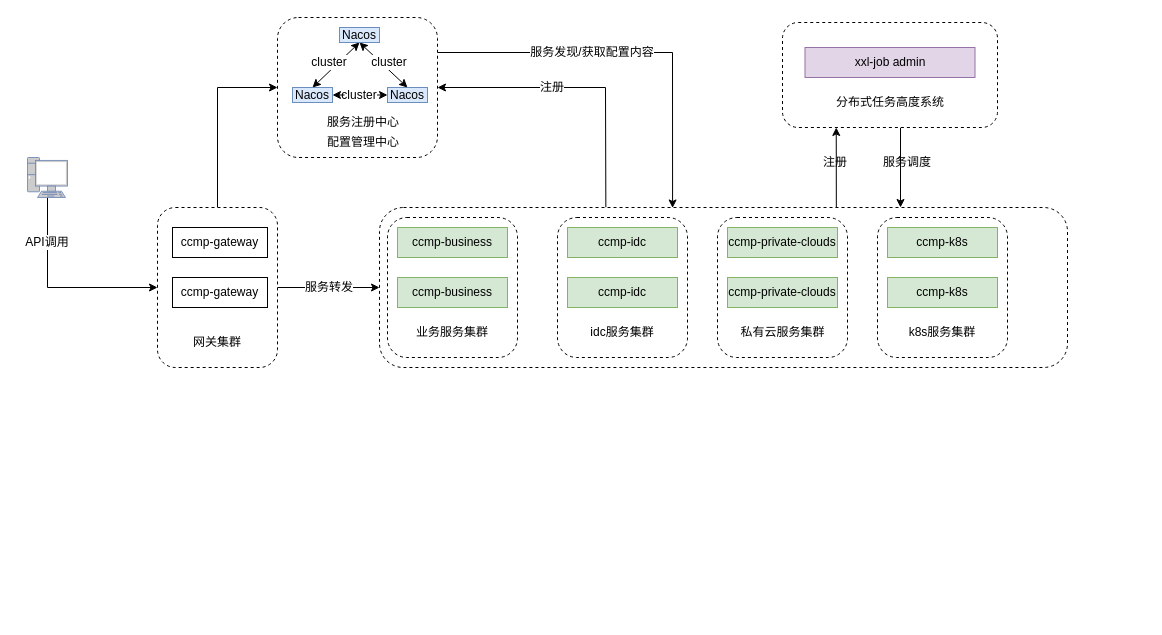
Earlier version of the draw.io diagram ccmp.drawio (scrollsyou/doc). Source tidied: cells renumbered, new cells numbered last; positions are measured from the earlier drawing's top-left corner, leaving out a move shared by most shapes. Both pictures are drawn from the tidied source at 100%, with x=0, y=0 at pixel (17, 17).
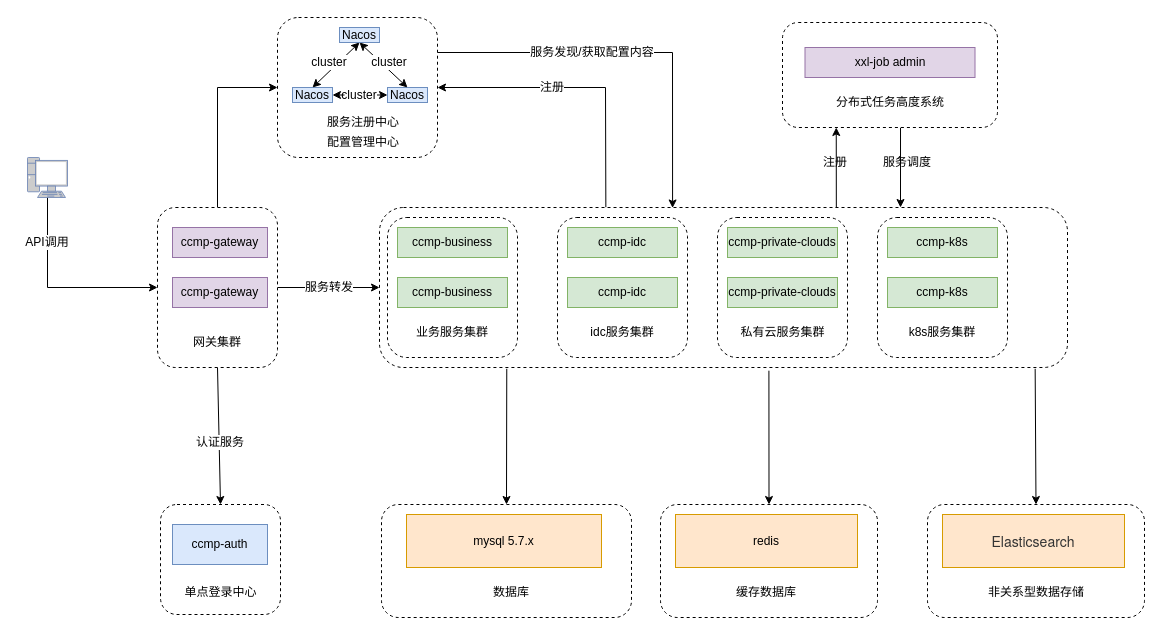
Above is the later version.

Unchanged cells that the change refers to:
```xml
<mxCell id="4" style="rounded=1;whiteSpace=wrap;html=1;labelBackgroundColor=default;dashed=1;" parent="1" vertex="1">
  <mxGeometry x="362" y="190" width="688" height="160" as="geometry" />
</mxCell>
<mxCell id="22" style="rounded=1;whiteSpace=wrap;html=1;labelBackgroundColor=default;dashed=1;" parent="1" vertex="1">
  <mxGeometry x="140" y="190" width="120" height="160" as="geometry" />
</mxCell>
```

Diff of the diagram source:
```diff
@@
+    <mxCell id="53" style="edgeStyle=none;rounded=0;jettySize=auto;html=1;exitX=0.5;exitY=1;exitDx=0;exitDy=0;entryX=0.5;entryY=0;entryDx=0;entryDy=0;startArrow=none;startFill=0;endArrow=classic;endFill=1;strokeColor=default;" parent="1" edge="1" source="22" target="54">
+      <mxGeometry relative="1" as="geometry" />
+    </mxCell>
@@
-    <mxCell id="23" value="ccmp-gateway" style="rounded=0;whiteSpace=wrap;html=1;labelBackgroundColor=default;" parent="1" vertex="1">
+    <mxCell id="23" value="ccmp-gateway" style="rounded=0;whiteSpace=wrap;html=1;labelBackgroundColor=none;fillColor=#e1d5e7;strokeColor=#9673a6;" parent="1" vertex="1">
       <mxGeometry x="155" y="210" width="95" height="30" as="geometry" />
     </mxCell>
-    <mxCell id="24" value="ccmp-gateway" style="rounded=0;whiteSpace=wrap;html=1;labelBackgroundColor=default;" parent="1" vertex="1">
+    <mxCell id="24" value="ccmp-gateway" style="rounded=0;whiteSpace=wrap;html=1;labelBackgroundColor=none;fillColor=#e1d5e7;strokeColor=#9673a6;" parent="1" vertex="1">
       <mxGeometry x="155" y="260" width="95" height="30" as="geometry" />
     </mxCell>
@@
+    <mxCell id="54" style="rounded=1;whiteSpace=wrap;html=1;labelBackgroundColor=none;dashed=1;" parent="1" vertex="1">
+      <mxGeometry x="143" y="487" width="120" height="110" as="geometry" />
+    </mxCell>
+    <mxCell id="55" value="ccmp-auth" style="rounded=0;whiteSpace=wrap;html=1;labelBackgroundColor=none;fillColor=#dae8fc;strokeColor=#6c8ebf;" parent="1" vertex="1">
+      <mxGeometry x="155" y="507" width="95" height="40" as="geometry" />
+    </mxCell>
+    <mxCell id="56" value="单点登录中心" style="text;html=1;strokeColor=none;fillColor=none;align=center;verticalAlign=middle;whiteSpace=wrap;rounded=0;labelBackgroundColor=none;" parent="1" vertex="1">
+      <mxGeometry x="164.5" y="560" width="77" height="30" as="geometry" />
+    </mxCell>
+    <mxCell id="57" value="认证服务" style="text;html=1;strokeColor=none;fillColor=none;align=center;verticalAlign=middle;whiteSpace=wrap;rounded=0;labelBackgroundColor=default;" parent="1" vertex="1">
+      <mxGeometry x="173" y="410" width="60" height="30" as="geometry" />
+    </mxCell>
+    <mxCell id="58" style="edgeStyle=none;rounded=0;jettySize=auto;html=1;exitX=0.5;exitY=0;exitDx=0;exitDy=0;entryX=0.185;entryY=1.008;entryDx=0;entryDy=0;entryPerimeter=0;startArrow=classic;startFill=1;endArrow=none;endFill=0;strokeColor=default;" parent="1" edge="1" source="59" target="4">
+      <mxGeometry relative="1" as="geometry" />
+    </mxCell>
+    <mxCell id="59" style="rounded=1;whiteSpace=wrap;html=1;labelBackgroundColor=default;dashed=1;" parent="1" vertex="1">
+      <mxGeometry x="364" y="487" width="250" height="113" as="geometry" />
+    </mxCell>
+    <mxCell id="60" value="mysql 5.7.x" style="rounded=0;whiteSpace=wrap;html=1;labelBackgroundColor=none;fillColor=#ffe6cc;strokeColor=#d79b00;" parent="1" vertex="1">
+      <mxGeometry x="389" y="497" width="195" height="53" as="geometry" />
+    </mxCell>
+    <mxCell id="61" value="数据库" style="text;html=1;strokeColor=none;fillColor=none;align=center;verticalAlign=middle;whiteSpace=wrap;rounded=0;labelBackgroundColor=default;" parent="1" vertex="1">
+      <mxGeometry x="434" y="560" width="120" height="30" as="geometry" />
+    </mxCell>
+    <mxCell id="62" style="edgeStyle=none;rounded=0;jettySize=auto;html=1;exitX=0.5;exitY=0;exitDx=0;exitDy=0;entryX=0.566;entryY=1.02;entryDx=0;entryDy=0;entryPerimeter=0;startArrow=classic;startFill=1;endArrow=none;endFill=0;strokeColor=default;" parent="1" edge="1" source="63" target="4">
+      <mxGeometry relative="1" as="geometry" />
+    </mxCell>
+    <mxCell id="63" style="rounded=1;whiteSpace=wrap;html=1;dashed=1;labelBackgroundColor=none;" parent="1" vertex="1">
+      <mxGeometry x="643" y="487" width="217" height="113" as="geometry" />
+    </mxCell>
+    <mxCell id="64" value="redis" style="rounded=0;whiteSpace=wrap;html=1;labelBackgroundColor=none;fillColor=#ffe6cc;strokeColor=#d79b00;" parent="1" vertex="1">
+      <mxGeometry x="658" y="497" width="182" height="53" as="geometry" />
+    </mxCell>
+    <mxCell id="65" value="缓存数据库" style="text;html=1;strokeColor=none;fillColor=none;align=center;verticalAlign=middle;whiteSpace=wrap;rounded=0;dashed=1;labelBackgroundColor=none;" parent="1" vertex="1">
+      <mxGeometry x="709" y="560" width="80" height="30" as="geometry" />
+    </mxCell>
+    <mxCell id="66" style="edgeStyle=none;rounded=0;jettySize=auto;html=1;exitX=0.5;exitY=0;exitDx=0;exitDy=0;entryX=0.953;entryY=1.008;entryDx=0;entryDy=0;entryPerimeter=0;startArrow=classic;startFill=1;endArrow=none;endFill=0;strokeColor=default;" parent="1" edge="1" source="67" target="4">
+      <mxGeometry relative="1" as="geometry" />
+    </mxCell>
+    <mxCell id="67" style="rounded=1;whiteSpace=wrap;html=1;dashed=1;labelBackgroundColor=none;" parent="1" vertex="1">
+      <mxGeometry x="910" y="487" width="217" height="113" as="geometry" />
+    </mxCell>
+    <mxCell id="68" value="&lt;span style=&quot;color: rgb(51 , 51 , 51) ; font-family: &amp;quot;helvetica neue&amp;quot; , &amp;quot;helvetica&amp;quot; , &amp;quot;arial&amp;quot; , &amp;quot;pingfang sc&amp;quot; , &amp;quot;hiragino sans gb&amp;quot; , &amp;quot;microsoft yahei&amp;quot; , &amp;quot;wenquanyi micro hei&amp;quot; , sans-serif ; font-size: 14px ; text-indent: 28px&quot;&gt;Elasticsearch&lt;/span&gt;" style="rounded=0;whiteSpace=wrap;html=1;labelBackgroundColor=none;fillColor=#ffe6cc;strokeColor=#d79b00;" parent="1" vertex="1">
+      <mxGeometry x="925" y="497" width="182" height="53" as="geometry" />
+    </mxCell>
+    <mxCell id="69" value="非关系型数据存储" style="text;html=1;strokeColor=none;fillColor=none;align=center;verticalAlign=middle;whiteSpace=wrap;rounded=0;dashed=1;labelBackgroundColor=none;" parent="1" vertex="1">
+      <mxGeometry x="961.5" y="560" width="114" height="30" as="geometry" />
+    </mxCell>
```
